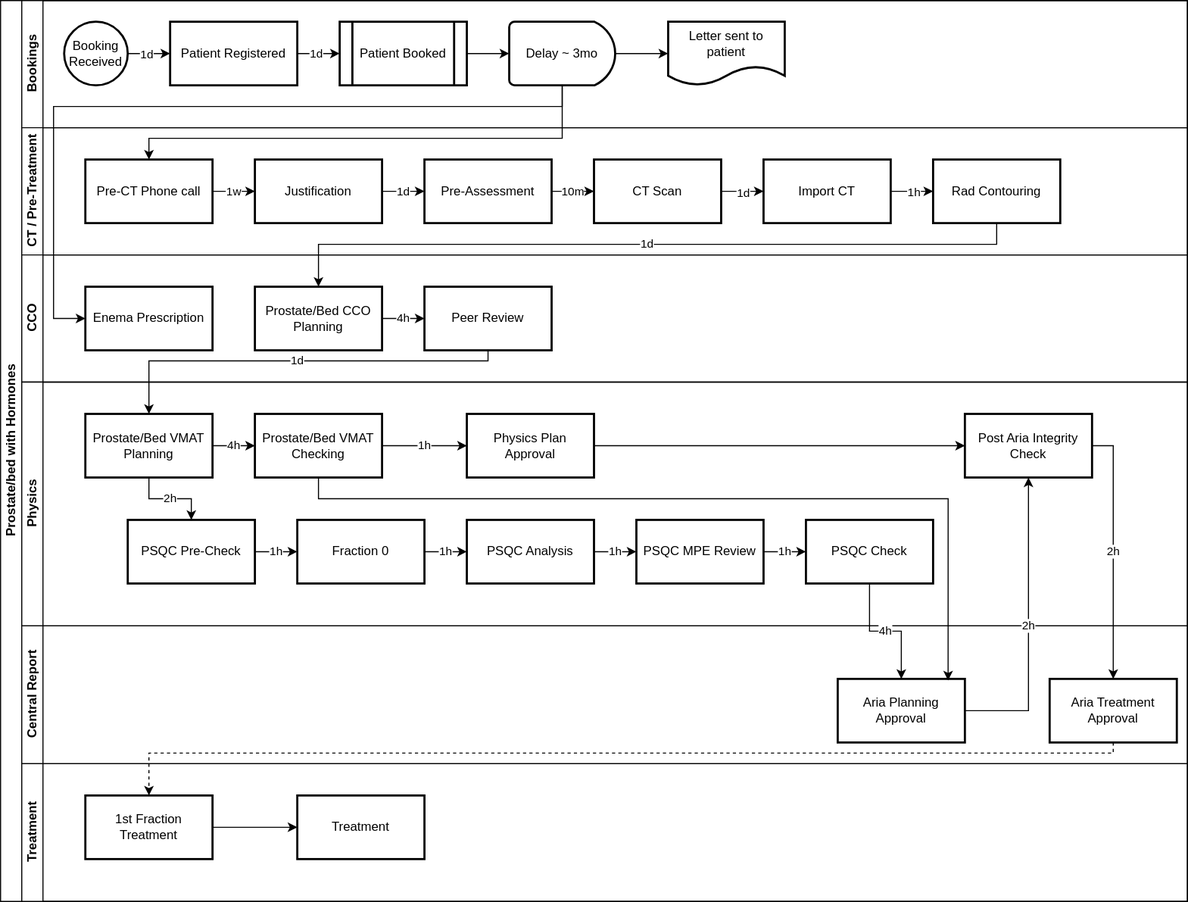
This is Assets/ProstateNodes_Hormone.svg from MCollins87/CarePathReview, a draw.io export, as it was before one commit. Source tidied: cells renumbered, new cells last; positions are measured from the earlier drawing's top-left corner, leaving out a move shared by most shapes.
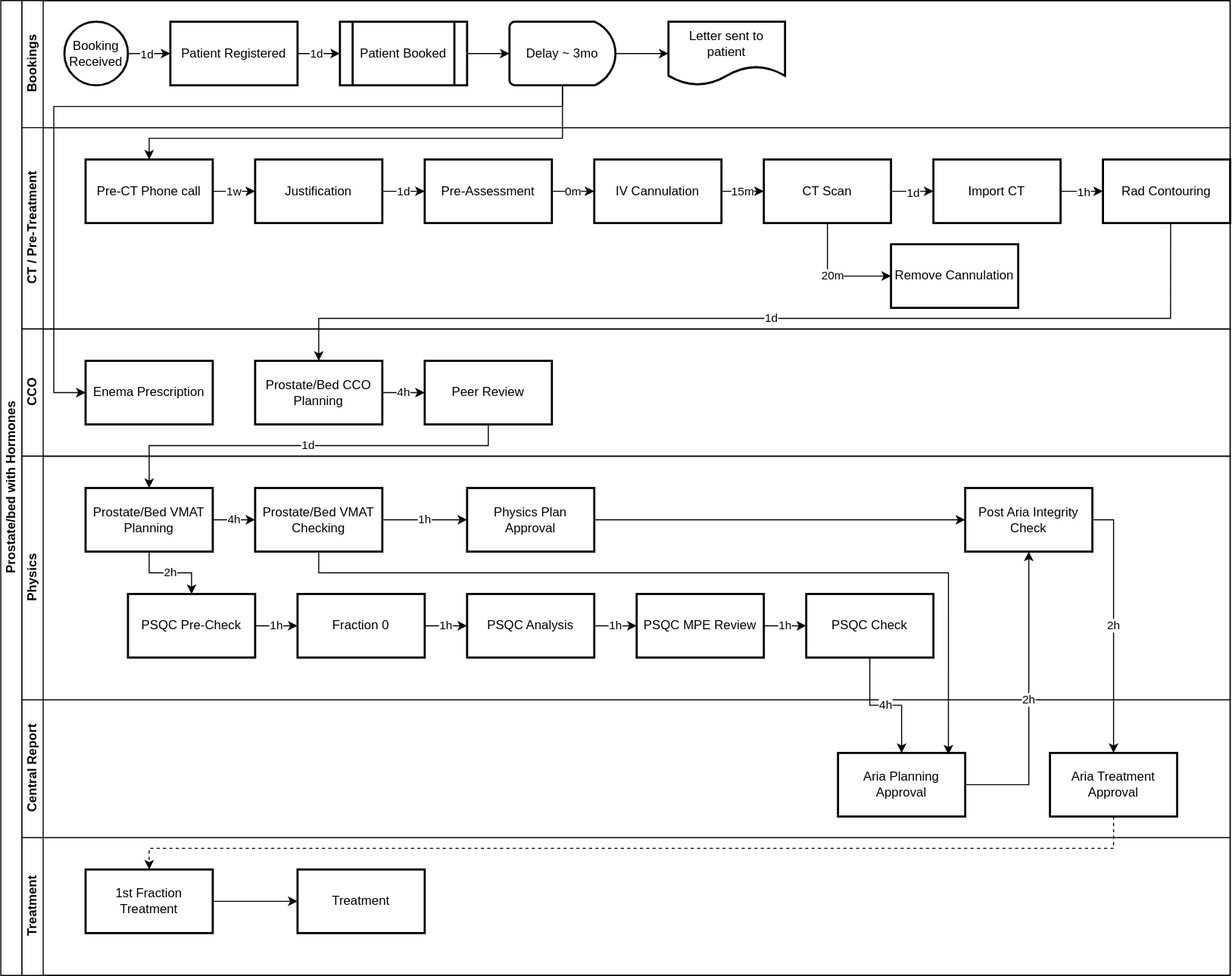
The same file after the commit.

The edit, as a diff of the source:
```diff
@@ -3,10 +3,10 @@
     <mxCell id="0" />
     <mxCell id="1" parent="0" />
     <mxCell id="2" value="Prostate/bed with Hormones" style="swimlane;html=1;horizontal=0;startSize=20;" parent="1" vertex="1">
-      <mxGeometry width="1120" height="850" as="geometry" />
+      <mxGeometry width="1160" height="920" as="geometry" />
     </mxCell>
     <mxCell id="3" value="Bookings" style="swimlane;html=1;startSize=20;horizontal=0;" parent="2" vertex="1">
-      <mxGeometry x="20" width="1100" height="120" as="geometry" />
+      <mxGeometry x="20" width="1140" height="120" as="geometry" />
     </mxCell>
     <mxCell id="4" style="edgeStyle=orthogonalEdgeStyle;rounded=0;jettySize=auto;html=1;" parent="3" edge="1" source="6" target="9">
       <mxGeometry relative="1" as="geometry" />
@@ -42,7 +42,7 @@
       <mxGeometry x="610" y="20" width="110" height="60" as="geometry" />
     </mxCell>
     <mxCell id="15" value="CT / Pre-Treatment" style="swimlane;html=1;startSize=20;horizontal=0;" parent="2" vertex="1">
-      <mxGeometry x="20" y="120" width="1100" height="120" as="geometry" />
+      <mxGeometry x="20" y="120" width="1140" height="190" as="geometry" />
     </mxCell>
     <mxCell id="16" value="1w" style="edgeStyle=orthogonalEdgeStyle;rounded=0;jettySize=auto;html=1;" parent="15" edge="1" source="17" target="19">
       <mxGeometry relative="1" as="geometry" />
@@ -56,7 +56,7 @@
     <mxCell id="19" value="Justification" style="whiteSpace=wrap;html=1;strokeWidth=2;" parent="15" vertex="1">
       <mxGeometry x="220" y="30" width="120" height="60" as="geometry" />
     </mxCell>
-    <mxCell id="20" value="10m" style="edgeStyle=orthogonalEdgeStyle;rounded=0;jettySize=auto;html=1;" parent="15" edge="1" source="21" target="24">
+    <mxCell id="20" value="15m" style="edgeStyle=orthogonalEdgeStyle;rounded=0;jettySize=auto;html=1;" parent="15" edge="1" source="69" target="24">
       <mxGeometry relative="1" as="geometry" />
     </mxCell>
     <mxCell id="21" value="Pre-Assessment" style="whiteSpace=wrap;html=1;strokeWidth=2;" parent="15" vertex="1">
@@ -68,14 +68,23 @@
     <mxCell id="23" value="1d" style="edgeLabel;html=1;align=center;verticalAlign=middle;" parent="22" vertex="1">
       <mxGeometry y="-1" relative="1" as="geometry" />
     </mxCell>
+    <mxCell id="68" value="20m" style="edgeStyle=orthogonalEdgeStyle;rounded=0;jettySize=auto;html=1;exitX=0.5;exitY=1;exitDx=0;exitDy=0;entryX=0;entryY=0.5;entryDx=0;entryDy=0;" parent="15" edge="1" source="24" target="71">
+      <mxGeometry relative="1" as="geometry" />
+    </mxCell>
     <mxCell id="24" value="CT Scan" style="whiteSpace=wrap;html=1;strokeWidth=2;" parent="15" vertex="1">
-      <mxGeometry x="540" y="30" width="120" height="60" as="geometry" />
+      <mxGeometry x="700" y="30" width="120" height="60" as="geometry" />
     </mxCell>
     <mxCell id="25" value="Import CT" style="whiteSpace=wrap;html=1;strokeWidth=2;" parent="15" vertex="1">
-      <mxGeometry x="700" y="30" width="120" height="60" as="geometry" />
+      <mxGeometry x="860" y="30" width="120" height="60" as="geometry" />
     </mxCell>
+    <mxCell id="69" value="IV Cannulation" style="whiteSpace=wrap;html=1;strokeWidth=2;" parent="15" vertex="1">
+      <mxGeometry x="540" y="30" width="120" height="60" as="geometry" />
+    </mxCell>
+    <mxCell id="70" value="0m" style="edgeStyle=orthogonalEdgeStyle;rounded=0;jettySize=auto;html=1;" parent="15" edge="1" source="21" target="69">
+      <mxGeometry relative="1" as="geometry" />
+    </mxCell>
     <mxCell id="26" value="Rad Contouring" style="whiteSpace=wrap;html=1;strokeWidth=2;" parent="15" vertex="1">
-      <mxGeometry x="860" y="30" width="120" height="60" as="geometry" />
+      <mxGeometry x="1020" y="30" width="120" height="60" as="geometry" />
     </mxCell>
     <mxCell id="27" style="edgeStyle=orthogonalEdgeStyle;rounded=0;jettySize=auto;html=1;" parent="15" edge="1" source="25" target="26">
       <mxGeometry relative="1" as="geometry" />
@@ -83,8 +92,11 @@
     <mxCell id="28" value="1h" style="edgeLabel;html=1;align=center;verticalAlign=middle;" parent="27" vertex="1">
       <mxGeometry x="0.03" relative="1" as="geometry" />
     </mxCell>
+    <mxCell id="71" value="Remove Cannulation" style="whiteSpace=wrap;html=1;strokeWidth=2;" parent="15" vertex="1">
+      <mxGeometry x="820" y="110" width="120" height="60" as="geometry" />
+    </mxCell>
     <mxCell id="29" value="CCO" style="swimlane;html=1;startSize=20;horizontal=0;" parent="2" vertex="1">
-      <mxGeometry x="20" y="240" width="1100" height="120" as="geometry" />
+      <mxGeometry x="20" y="310" width="1140" height="120" as="geometry" />
     </mxCell>
     <mxCell id="30" value="4h" style="edgeStyle=orthogonalEdgeStyle;rounded=0;jettySize=auto;html=1;" parent="29" edge="1" source="31" target="32">
       <mxGeometry relative="1" as="geometry" />
@@ -99,7 +111,7 @@
       <mxGeometry x="60" y="30" width="120" height="60" as="geometry" />
     </mxCell>
     <mxCell id="34" value="Physics" style="swimlane;html=1;startSize=20;horizontal=0;" parent="2" vertex="1">
-      <mxGeometry x="20" y="360" width="1100" height="230" as="geometry" />
+      <mxGeometry x="20" y="430" width="1140" height="230" as="geometry" />
     </mxCell>
     <mxCell id="35" value="4h" style="edgeStyle=orthogonalEdgeStyle;rounded=0;jettySize=auto;html=1;" parent="34" edge="1" source="37" target="39">
       <mxGeometry relative="1" as="geometry" />
@@ -153,7 +165,7 @@
       <mxGeometry x="890" y="30" width="120" height="60" as="geometry" />
     </mxCell>
     <mxCell id="52" value="Central Report" style="swimlane;html=1;startSize=20;horizontal=0;" parent="2" vertex="1">
-      <mxGeometry x="20" y="590" width="1100" height="130" as="geometry" />
+      <mxGeometry x="20" y="660" width="1140" height="130" as="geometry" />
     </mxCell>
     <mxCell id="53" value="Aria Planning Approval" style="whiteSpace=wrap;html=1;strokeWidth=2;" parent="52" vertex="1">
       <mxGeometry x="770" y="50" width="120" height="60" as="geometry" />
@@ -162,7 +174,7 @@
       <mxGeometry x="970" y="50" width="120" height="60" as="geometry" />
     </mxCell>
     <mxCell id="55" value="Treatment" style="swimlane;html=1;startSize=20;horizontal=0;" parent="2" vertex="1">
-      <mxGeometry x="20" y="720" width="1100" height="130" as="geometry" />
+      <mxGeometry x="20" y="790" width="1140" height="130" as="geometry" />
     </mxCell>
     <mxCell id="56" style="edgeStyle=orthogonalEdgeStyle;rounded=0;jettySize=auto;html=1;" parent="55" edge="1" source="57" target="58">
       <mxGeometry relative="1" as="geometry" />
@@ -181,20 +193,11 @@
         </Array>
       </mxGeometry>
     </mxCell>
-    <mxCell id="60" value="1d" style="edgeStyle=orthogonalEdgeStyle;rounded=0;jettySize=auto;html=1;entryX=0.5;entryY=0;entryDx=0;entryDy=0;" parent="2" edge="1" source="26" target="31">
-      <mxGeometry relative="1" as="geometry">
-        <Array as="points">
-          <mxPoint x="940" y="230" />
-          <mxPoint x="300" y="230" />
-        </Array>
-      </mxGeometry>
-    </mxCell>
-    <mxCell id="61" value="1d" style="edgeStyle=orthogonalEdgeStyle;rounded=0;jettySize=auto;html=1;exitX=0.5;exitY=1;exitDx=0;exitDy=0;" parent="2" edge="1" source="32">
+    <mxCell id="61" value="1d" style="edgeStyle=orthogonalEdgeStyle;rounded=0;jettySize=auto;html=1;exitX=0.5;exitY=1;exitDx=0;exitDy=0;entryX=0.5;entryY=0;entryDx=0;entryDy=0;" parent="2" edge="1" source="32" target="37">
       <mxGeometry relative="1" as="geometry">
-        <mxPoint x="140" y="390" as="targetPoint" />
         <Array as="points">
-          <mxPoint x="460" y="340" />
-          <mxPoint x="140" y="340" />
+          <mxPoint x="460" y="420" />
+          <mxPoint x="140" y="420" />
         </Array>
       </mxGeometry>
     </mxCell>
@@ -204,23 +207,23 @@
     <mxCell id="63" value="2h" style="edgeStyle=orthogonalEdgeStyle;rounded=0;jettySize=auto;html=1;" parent="2" edge="1" source="51" target="54">
       <mxGeometry relative="1" as="geometry">
         <Array as="points">
-          <mxPoint x="1050" y="420" />
+          <mxPoint x="1050" y="490" />
         </Array>
       </mxGeometry>
     </mxCell>
     <mxCell id="64" style="edgeStyle=orthogonalEdgeStyle;rounded=0;jettySize=auto;html=1;exitX=0.5;exitY=1;exitDx=0;exitDy=0;dashed=1;" parent="2" edge="1" source="54" target="57">
       <mxGeometry relative="1" as="geometry">
         <Array as="points">
-          <mxPoint x="1050" y="710" />
-          <mxPoint x="140" y="710" />
+          <mxPoint x="1050" y="800" />
+          <mxPoint x="140" y="800" />
         </Array>
       </mxGeometry>
     </mxCell>
     <mxCell id="65" style="edgeStyle=orthogonalEdgeStyle;rounded=0;jettySize=auto;html=1;exitX=0.5;exitY=1;exitDx=0;exitDy=0;entryX=0.868;entryY=0.024;entryDx=0;entryDy=0;entryPerimeter=0;jumpStyle=line;" parent="2" edge="1" source="39" target="53">
       <mxGeometry relative="1" as="geometry">
         <Array as="points">
-          <mxPoint x="300" y="470" />
-          <mxPoint x="894" y="470" />
+          <mxPoint x="300" y="540" />
+          <mxPoint x="894" y="540" />
         </Array>
       </mxGeometry>
     </mxCell>
@@ -232,9 +235,17 @@
         <Array as="points">
           <mxPoint x="530" y="100" />
           <mxPoint x="50" y="100" />
-          <mxPoint x="50" y="300" />
+          <mxPoint x="50" y="370" />
         </Array>
       </mxGeometry>
     </mxCell>
+    <mxCell id="60" value="1d" style="edgeStyle=orthogonalEdgeStyle;rounded=0;jettySize=auto;html=1;entryX=0.5;entryY=0;entryDx=0;entryDy=0;exitX=0.532;exitY=0.995;exitDx=0;exitDy=0;exitPerimeter=0;" parent="2" edge="1" source="26" target="31">
+      <mxGeometry relative="1" as="geometry">
+        <Array as="points">
+          <mxPoint x="1104" y="300" />
+          <mxPoint x="300" y="300" />
+        </Array>
+      </mxGeometry>
+    </mxCell>
   </root>
 </mxGraphModel>
```
